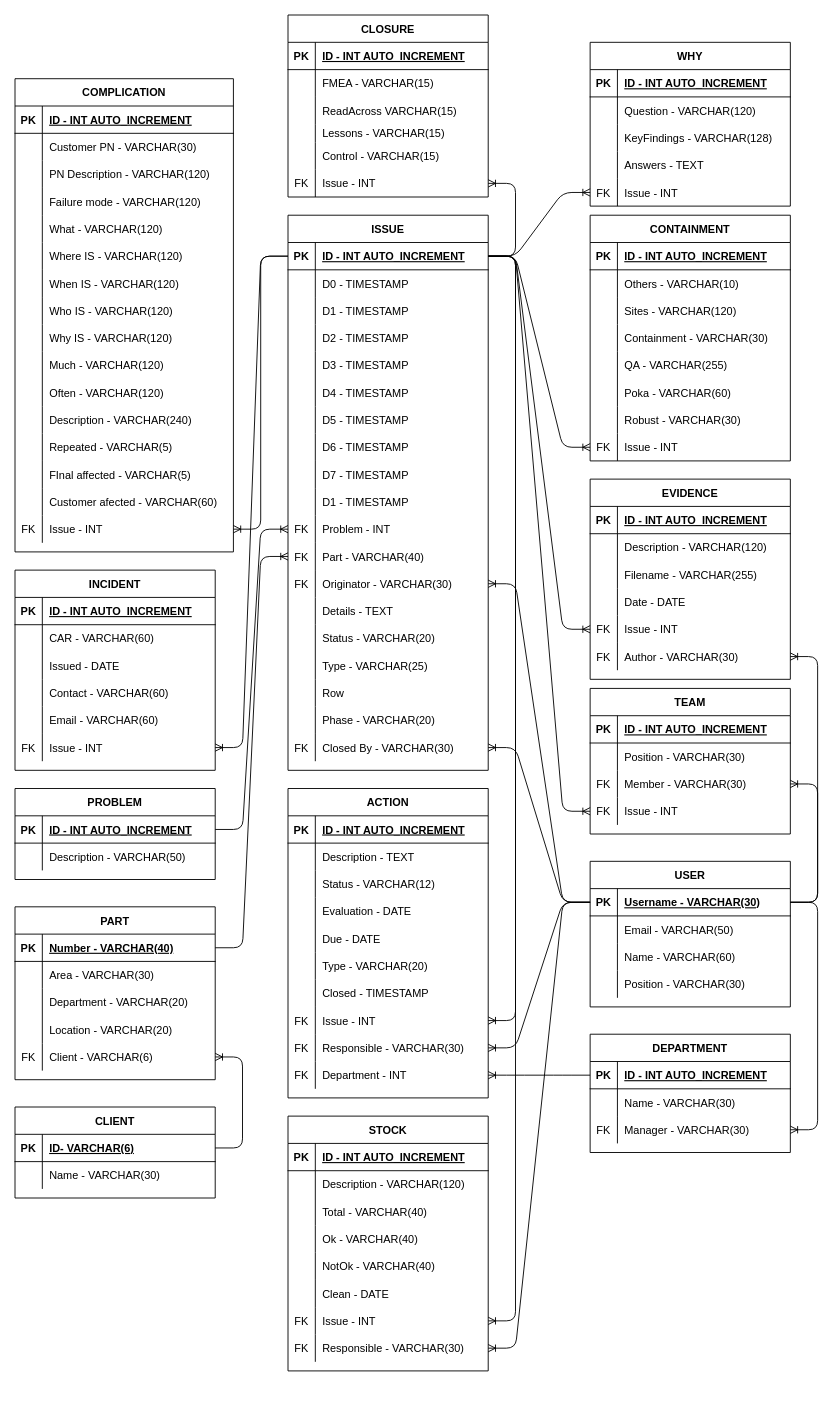
Before: api/db/model/TableDiagram.drawio in FFahrenheit/ScrapActionListAPI, a draw.io diagram. Source tidied: cells renumbered, new cells numbered last; positions are measured from the earlier drawing's top-left corner, leaving out a move shared by most shapes. Both pictures are drawn from the tidied source at 91%, with x=0, y=0 at pixel (15, 15).
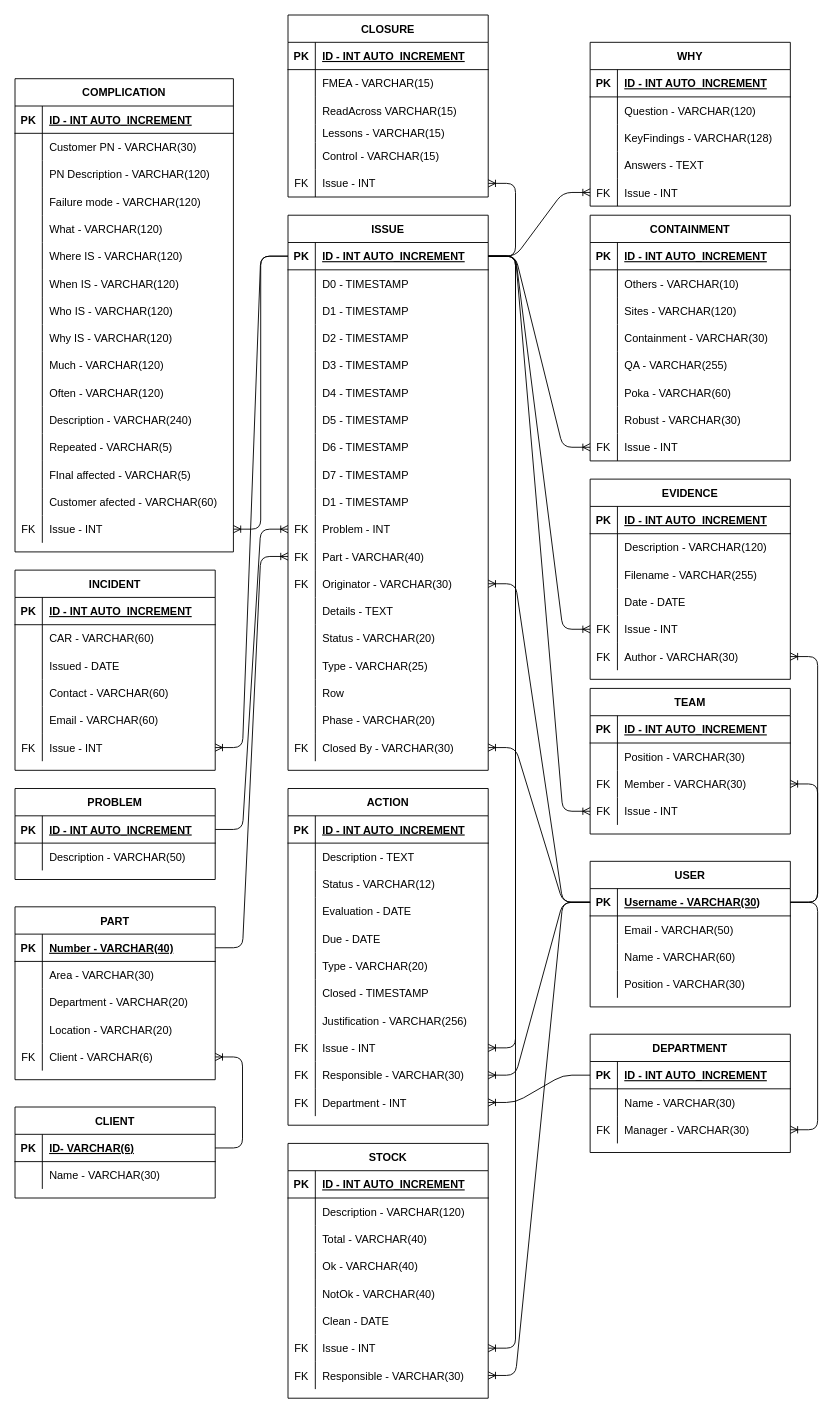
After the change.

Change to the diagram source:
```diff
@@
     <mxCell id="103" value="ACTION" style="shape=table;startSize=30;childLayout=tableLayout;rowLines=0;fontStyle=1;align=center;" parent="1" vertex="1">
-      <mxGeometry x="300" y="850" width="220" height="340" as="geometry" />
+      <mxGeometry x="300" y="850" width="220" height="370" as="geometry" />
     </mxCell>
@@
+    <mxCell id="349" style="shape=partialRectangle;fillColor=none;top=0;left=0;bottom=0;right=0;" parent="103" vertex="1">
+      <mxGeometry y="240" width="220" height="30" as="geometry" />
+    </mxCell>
+    <mxCell id="350" style="shape=partialRectangle;fillColor=none;top=0;left=0;bottom=0;right=0;overflow=hidden;" parent="349" vertex="1">
+      <mxGeometry width="30" height="30" as="geometry" />
+    </mxCell>
+    <mxCell id="351" value="Justification - VARCHAR(256)" style="shape=partialRectangle;fillColor=none;top=0;left=0;bottom=0;right=0;align=left;spacingLeft=6;overflow=hidden;" parent="349" vertex="1">
+      <mxGeometry x="30" width="190" height="30" as="geometry" />
+    </mxCell>
     <mxCell id="125" style="shape=partialRectangle;fillColor=none;top=0;left=0;bottom=0;right=0;points=[[0,0.5],[1,0.5]];portConstraint=eastwest;" parent="103" vertex="1">
-      <mxGeometry y="240" width="220" height="30" as="geometry" />
+      <mxGeometry y="270" width="220" height="30" as="geometry" />
     </mxCell>
@@
     <mxCell id="128" style="shape=partialRectangle;fillColor=none;top=0;left=0;bottom=0;right=0;points=[[0,0.5],[1,0.5]];portConstraint=eastwest;" parent="103" vertex="1">
-      <mxGeometry y="270" width="220" height="30" as="geometry" />
+      <mxGeometry y="300" width="220" height="30" as="geometry" />
     </mxCell>
@@
     <mxCell id="131" style="shape=partialRectangle;fillColor=none;top=0;left=0;bottom=0;right=0;points=[[0,0.5],[1,0.5]];portConstraint=eastwest;" parent="103" vertex="1">
-      <mxGeometry y="300" width="220" height="30" as="geometry" />
+      <mxGeometry y="330" width="220" height="30" as="geometry" />
     </mxCell>
@@
     <mxCell id="284" value="STOCK" style="shape=table;startSize=30;childLayout=tableLayout;rowLines=0;fontStyle=1;align=center;" parent="1" vertex="1">
-      <mxGeometry x="300" y="1210" width="220" height="280" as="geometry" />
+      <mxGeometry x="300" y="1240" width="220" height="280" as="geometry" />
     </mxCell>
```
